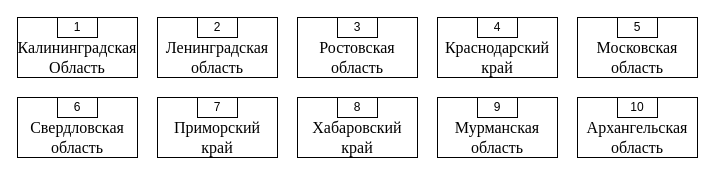
Before: page "Узел ServiceType" (2 of 9) of MilitaryNetwork.drawio in m1tchX/DBhomework, a draw.io diagram. Source tidied: cells renumbered, new cells numbered last; positions are measured from the earlier drawing's top-left corner, leaving out a move shared by most shapes. Both pictures are drawn from the tidied source at 100%, with x=0, y=0 at pixel (17, 17).
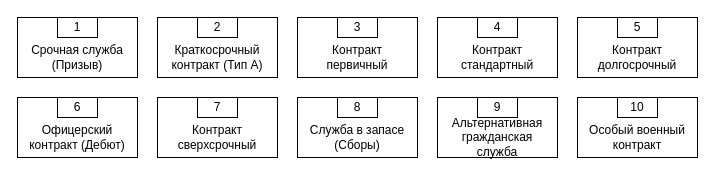
Above is the later version.

What changed in the source:
```diff
@@
-    <mxCell id="4" value="&lt;span style=&quot;font-family: &amp;quot;Times New Roman&amp;quot;;&quot;&gt;&lt;font style=&quot;font-size: 16px;&quot;&gt;Калининградская Область&lt;/font&gt;&lt;/span&gt;" style="text;html=1;align=center;verticalAlign=middle;whiteSpace=wrap;rounded=0;" parent="1" vertex="1">
+    <mxCell id="4" value="Срочная служба (Призыв)" style="text;html=1;align=center;verticalAlign=middle;whiteSpace=wrap;rounded=0;" parent="1" vertex="1">
       <mxGeometry x="10" y="20" width="100" height="40" as="geometry" />
     </mxCell>
@@
-    <mxCell id="7" value="&lt;span style=&quot;font-family: &amp;quot;Times New Roman&amp;quot;;&quot;&gt;&lt;font style=&quot;font-size: 16px;&quot;&gt;Ленинградская область&lt;/font&gt;&lt;/span&gt;" style="text;html=1;align=center;verticalAlign=middle;whiteSpace=wrap;rounded=0;" parent="1" vertex="1">
+    <mxCell id="7" value="Краткосрочный контракт (Тип А)" style="text;html=1;align=center;verticalAlign=middle;whiteSpace=wrap;rounded=0;" parent="1" vertex="1">
       <mxGeometry x="150" y="20" width="100" height="40" as="geometry" />
     </mxCell>
@@
-    <mxCell id="10" value="&lt;font face=&quot;Times New Roman&quot;&gt;&lt;span style=&quot;font-size: 16px;&quot;&gt;Свердловская область&lt;/span&gt;&lt;/font&gt;" style="text;html=1;align=center;verticalAlign=middle;whiteSpace=wrap;rounded=0;" parent="1" vertex="1">
+    <mxCell id="10" value="Офицерский контракт (Дебют)" style="text;html=1;align=center;verticalAlign=middle;whiteSpace=wrap;rounded=0;" parent="1" vertex="1">
       <mxGeometry x="10" y="100" width="100" height="40" as="geometry" />
     </mxCell>
@@
-    <mxCell id="13" value="&lt;font face=&quot;Times New Roman&quot;&gt;&lt;span style=&quot;font-size: 16px;&quot;&gt;Приморский край&lt;/span&gt;&lt;/font&gt;" style="text;html=1;align=center;verticalAlign=middle;whiteSpace=wrap;rounded=0;" parent="1" vertex="1">
+    <mxCell id="13" value="Контракт сверхсрочный" style="text;html=1;align=center;verticalAlign=middle;whiteSpace=wrap;rounded=0;" parent="1" vertex="1">
       <mxGeometry x="150" y="100" width="100" height="40" as="geometry" />
     </mxCell>
@@
-    <mxCell id="16" value="&lt;font face=&quot;Times New Roman&quot;&gt;&lt;span style=&quot;font-size: 16px;&quot;&gt;Ростовская область&lt;/span&gt;&lt;/font&gt;" style="text;html=1;align=center;verticalAlign=middle;whiteSpace=wrap;rounded=0;" parent="1" vertex="1">
+    <mxCell id="16" value="Контракт первичный" style="text;html=1;align=center;verticalAlign=middle;whiteSpace=wrap;rounded=0;" parent="1" vertex="1">
       <mxGeometry x="290" y="20" width="100" height="40" as="geometry" />
     </mxCell>
@@
-    <mxCell id="19" value="&lt;font face=&quot;Times New Roman&quot;&gt;&lt;span style=&quot;font-size: 16px;&quot;&gt;Краснодарский край&lt;/span&gt;&lt;/font&gt;" style="text;html=1;align=center;verticalAlign=middle;whiteSpace=wrap;rounded=0;" parent="1" vertex="1">
+    <mxCell id="19" value="Контракт стандартный" style="text;html=1;align=center;verticalAlign=middle;whiteSpace=wrap;rounded=0;" parent="1" vertex="1">
       <mxGeometry x="430" y="20" width="100" height="40" as="geometry" />
     </mxCell>
@@
-    <mxCell id="22" value="&lt;font face=&quot;Times New Roman&quot;&gt;&lt;span style=&quot;font-size: 16px;&quot;&gt;Хабаровский край&lt;/span&gt;&lt;/font&gt;" style="text;html=1;align=center;verticalAlign=middle;whiteSpace=wrap;rounded=0;" parent="1" vertex="1">
+    <mxCell id="22" value="Служба в запасе (Сборы)" style="text;html=1;align=center;verticalAlign=middle;whiteSpace=wrap;rounded=0;" parent="1" vertex="1">
       <mxGeometry x="290" y="100" width="100" height="40" as="geometry" />
     </mxCell>
@@
-    <mxCell id="25" value="&lt;font face=&quot;Times New Roman&quot;&gt;&lt;span style=&quot;font-size: 16px;&quot;&gt;Мурманская область&lt;/span&gt;&lt;/font&gt;" style="text;html=1;align=center;verticalAlign=middle;whiteSpace=wrap;rounded=0;" parent="1" vertex="1">
+    <mxCell id="25" value="Альтернативная гражданская служба" style="text;html=1;align=center;verticalAlign=middle;whiteSpace=wrap;rounded=0;" parent="1" vertex="1">
       <mxGeometry x="430" y="100" width="100" height="40" as="geometry" />
     </mxCell>
@@
-    <mxCell id="28" value="&lt;font face=&quot;Times New Roman&quot;&gt;&lt;span style=&quot;font-size: 16px;&quot;&gt;Московская область&lt;/span&gt;&lt;/font&gt;" style="text;html=1;align=center;verticalAlign=middle;whiteSpace=wrap;rounded=0;" parent="1" vertex="1">
+    <mxCell id="28" value="Контракт долгосрочный" style="text;html=1;align=center;verticalAlign=middle;whiteSpace=wrap;rounded=0;" parent="1" vertex="1">
       <mxGeometry x="570" y="20" width="100" height="40" as="geometry" />
     </mxCell>
@@
-    <mxCell id="31" value="&lt;font face=&quot;Times New Roman&quot;&gt;&lt;span style=&quot;font-size: 16px;&quot;&gt;Архангельская область&lt;/span&gt;&lt;/font&gt;" style="text;html=1;align=center;verticalAlign=middle;whiteSpace=wrap;rounded=0;" parent="1" vertex="1">
+    <mxCell id="31" value="Особый военный контракт" style="text;html=1;align=center;verticalAlign=middle;whiteSpace=wrap;rounded=0;" parent="1" vertex="1">
       <mxGeometry x="570" y="100" width="100" height="40" as="geometry" />
     </mxCell>
```
